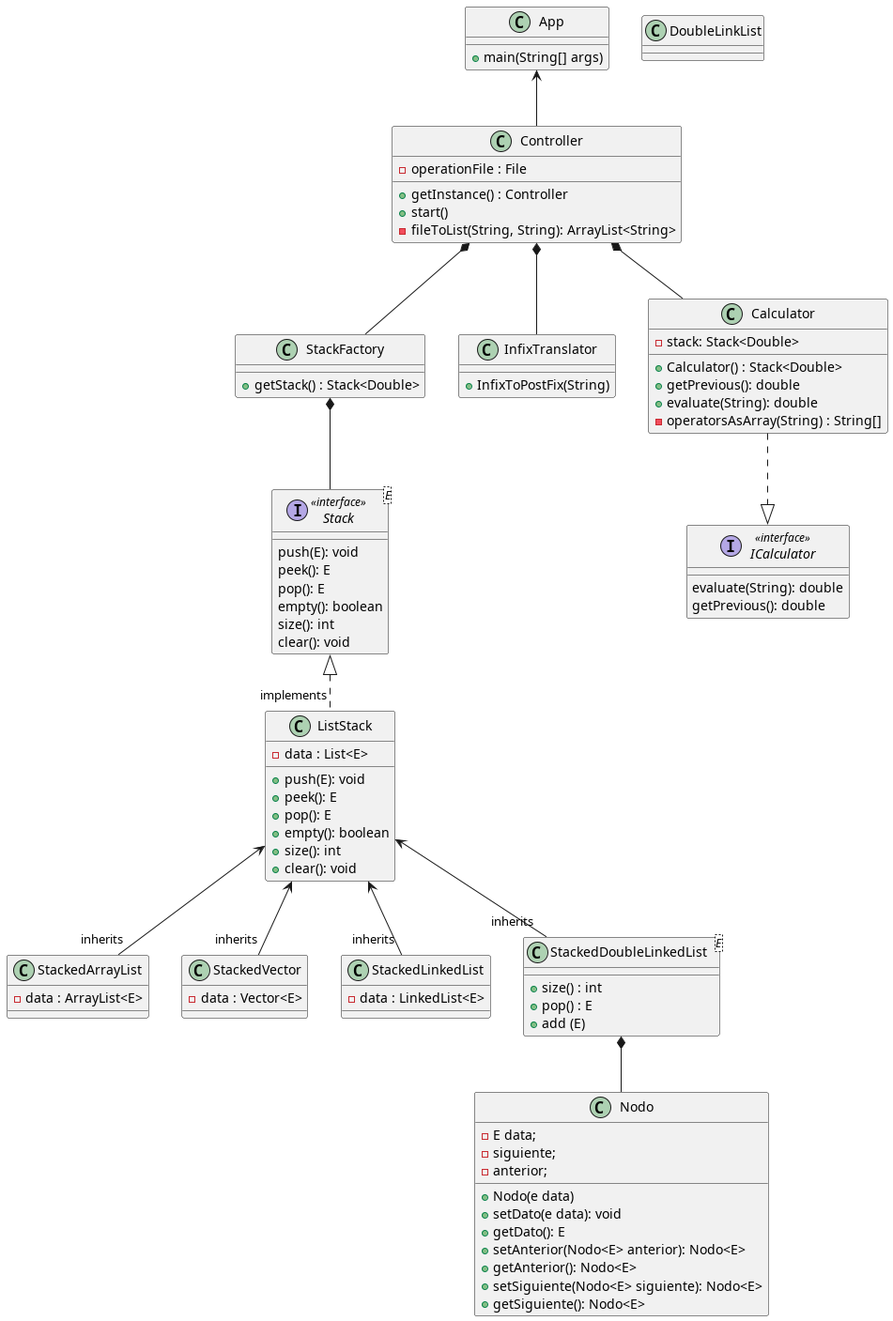
Before: classesUML.png, a diagram exported from PlantUML (DanielRasho/HT4-InfixCalculator).
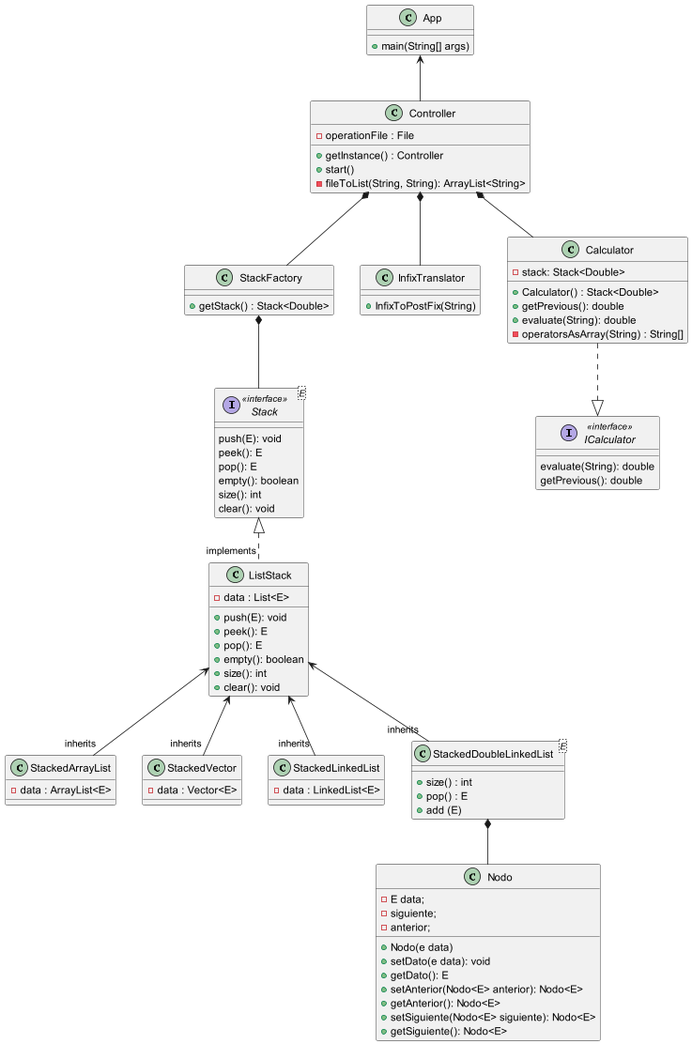
The same file after the commit.

Commit message:
Pdf y arreglo de la pic del uml

Change to the diagram source:
```diff
@@ -17,8 +17,6 @@
 interface Stack<E> <<interface>>
 abstract class ListStack
 
-class DoubleLinkList
-
 
 App <-- Controller
 Controller *-- StackFactory
@@ -35,6 +33,7 @@
 ListStack <-- "inherits" StackedDoubleLinkedList
 
 StackedDoubleLinkedList *-- Nodo
+
 class App {
     + main(String[] args)
 }
```
